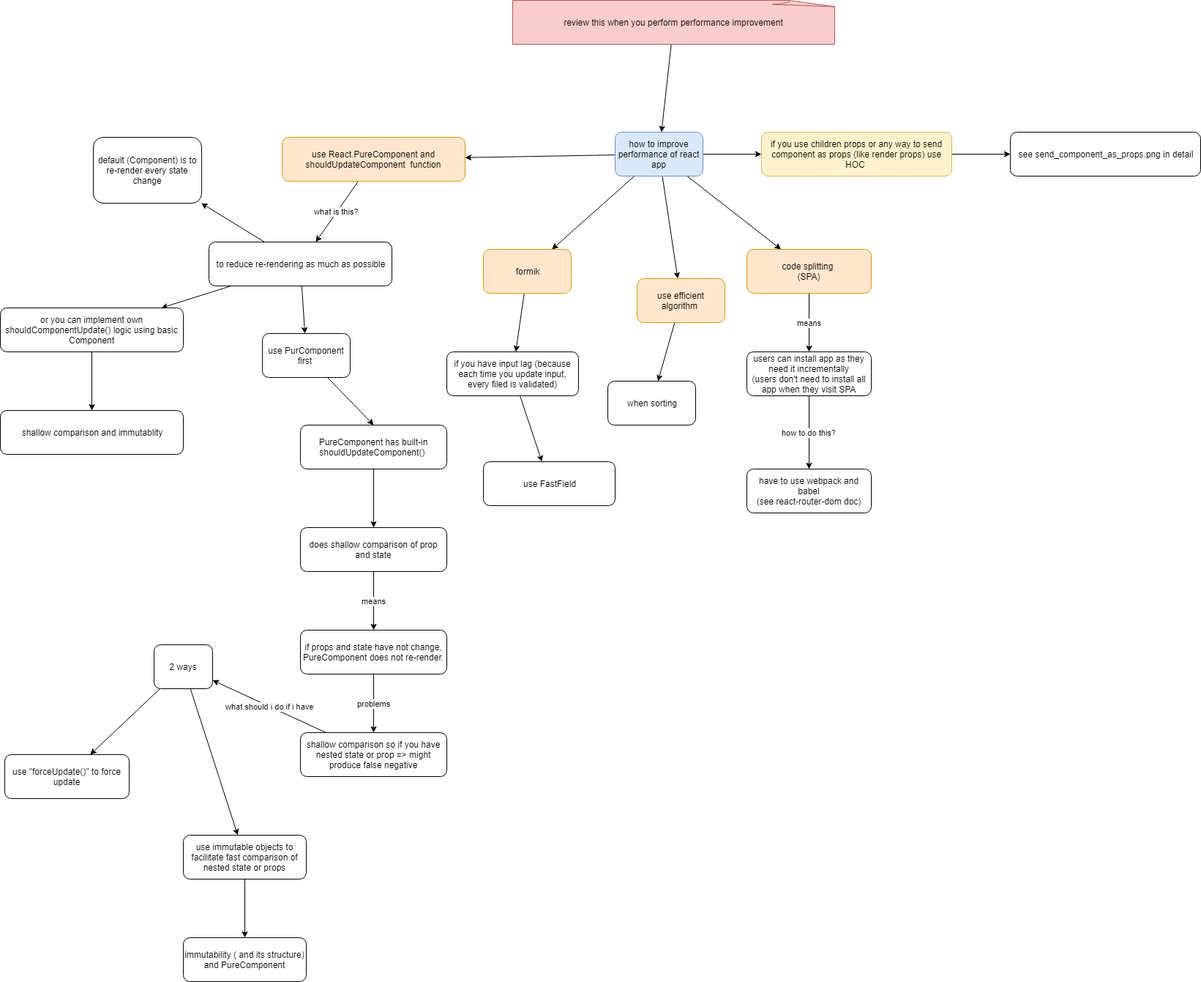
stsiwo/react_redux_concept keeps this draw.io diagram as react_performance.png. Above is the earlier version. Source tidied: cells renumbered, new cells last; positions are measured from the earlier drawing's top-left corner, leaving out a move shared by most shapes.
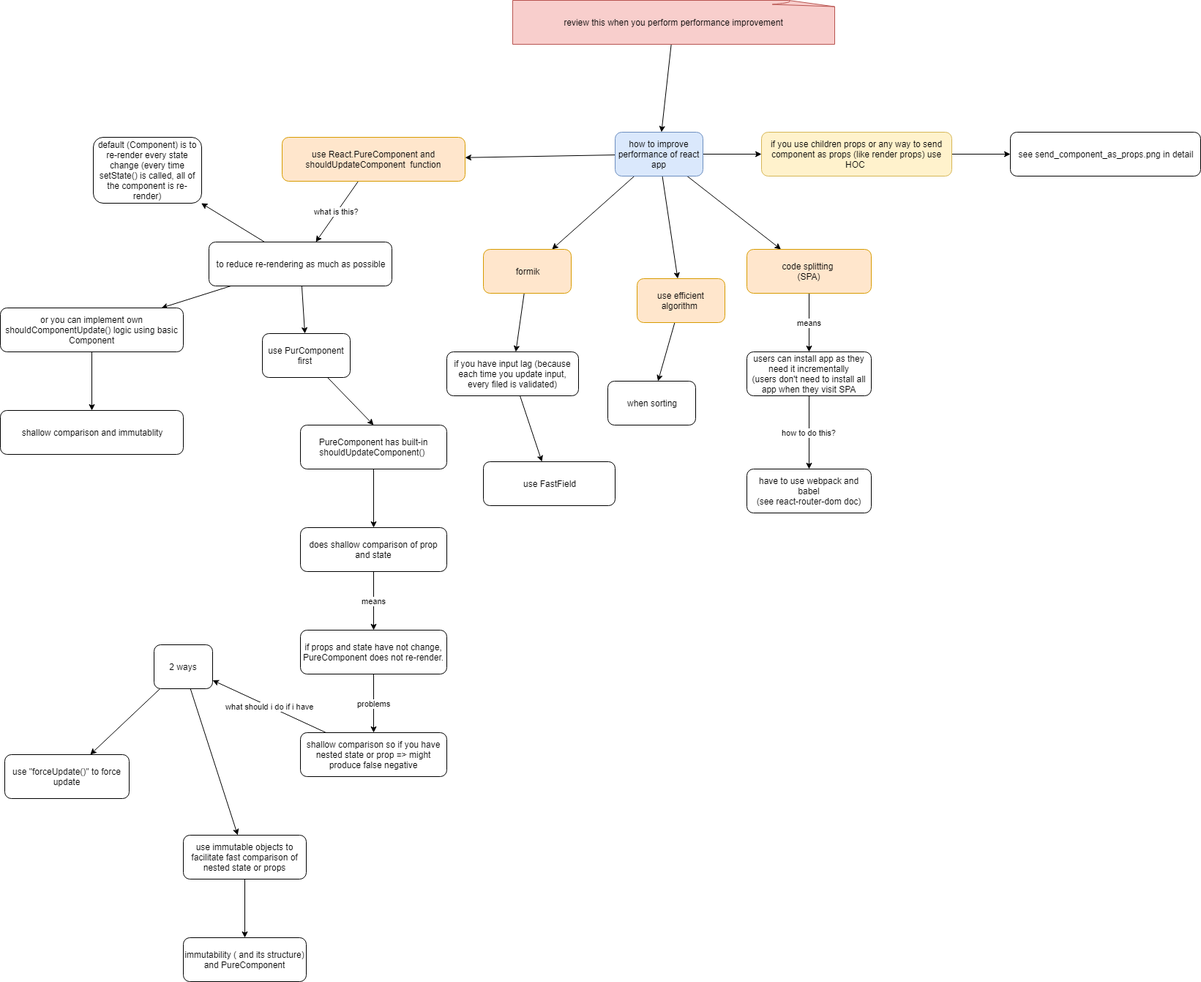
After the change.

The edit, as a diff of the source:
```diff
@@ -140,7 +140,7 @@
     <mxCell id="47" value="use &quot;forceUpdate()&quot; to force update" style="rounded=1;whiteSpace=wrap;html=1;fillColor=#ffffff;strokeColor=#000000;" parent="1" vertex="1">
       <mxGeometry x="6" y="1030" width="170" height="60" as="geometry" />
     </mxCell>
-    <mxCell id="48" value="default (Component) is to re-render every state change" style="rounded=1;whiteSpace=wrap;html=1;" parent="1" vertex="1">
+    <mxCell id="48" value="default (Component) is to re-render every state change (every time setState() is called, all of the component is re-render)" style="rounded=1;whiteSpace=wrap;html=1;" parent="1" vertex="1">
       <mxGeometry x="127" y="187" width="148" height="90" as="geometry" />
     </mxCell>
     <mxCell id="49" style="edgeStyle=none;rounded=0;html=1;jettySize=auto;" parent="1" edge="1" source="50" target="52">
```
